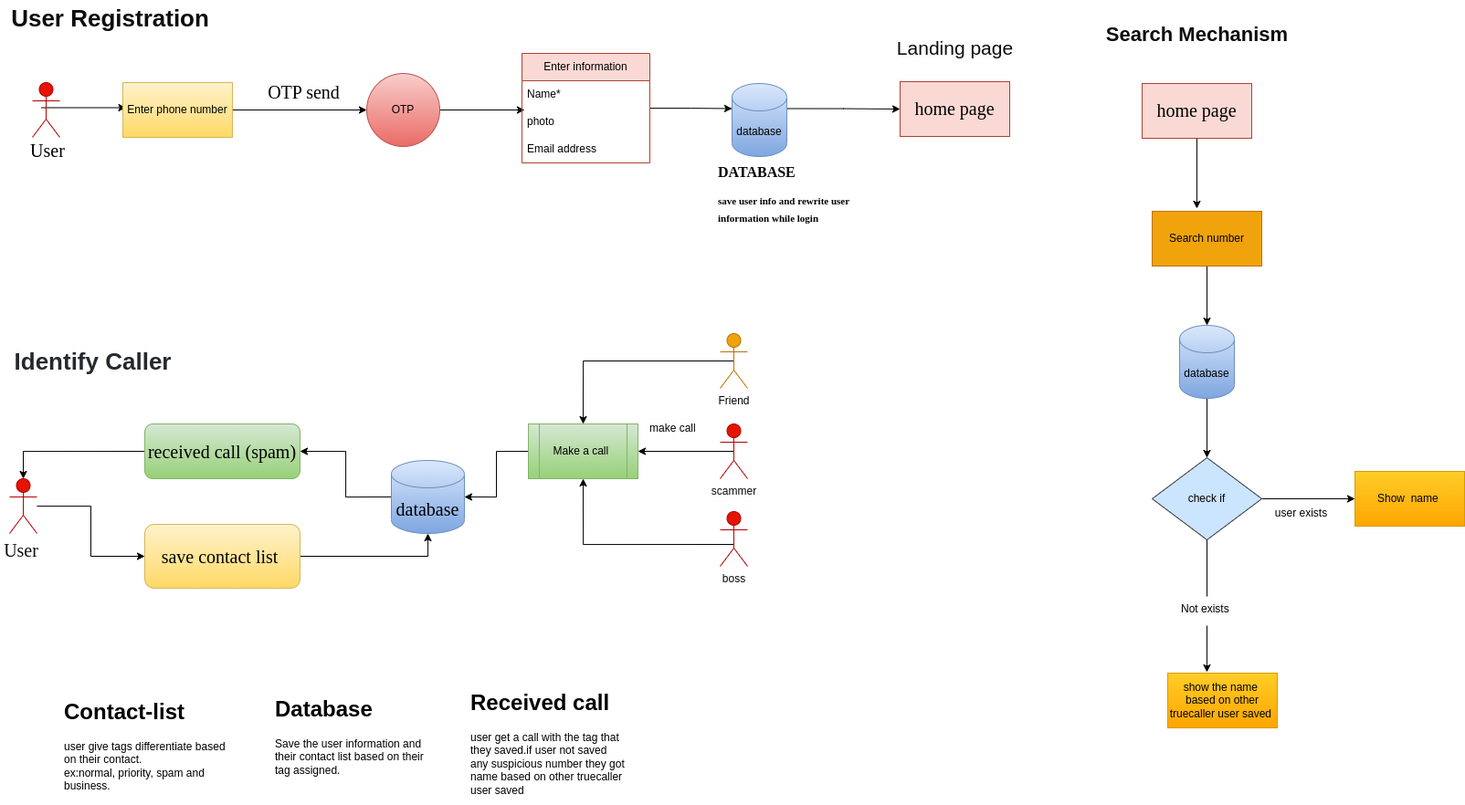
Before: LLD/LLD-FLOW.png, a diagram exported from draw.io (Bhaveshkadam/Truecaller). Source tidied: cells renumbered, new cells last; positions are measured from the earlier drawing's top-left corner, leaving out a move shared by most shapes.
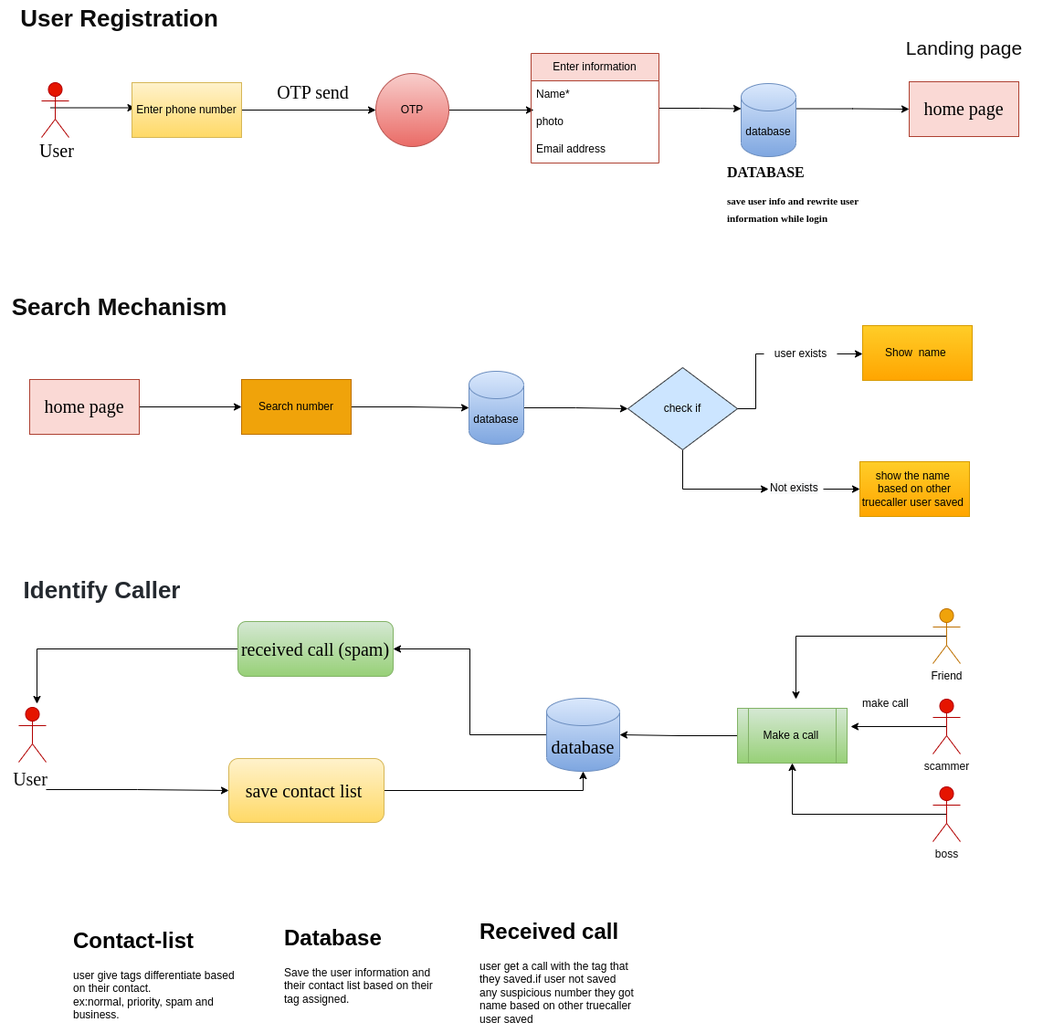
After the commit.

Change to the diagram source:
```diff
@@ -46,3 +46,3 @@
     </mxCell>
-    <mxCell id="15" style="edgeStyle=orthogonalEdgeStyle;hachureGap=4;jettySize=auto;html=1;exitX=0.5;exitY=1;exitDx=0;exitDy=0;entryX=0.5;entryY=0;entryDx=0;entryDy=0;entryPerimeter=0;fontFamily=Architects Daughter;fontSource=https%3A%2F%2Ffonts.googleapis.com%2Fcss%3Ffamily%3DArchitects%2BDaughter;fontSize=16;fontColor=#030303;rounded=0;" parent="1" edge="1" source="16" target="29">
+    <mxCell id="15" style="edgeStyle=orthogonalEdgeStyle;rounded=0;jettySize=auto;html=1;exitX=1;exitY=0.5;exitDx=0;exitDy=0;entryX=0;entryY=0.5;entryDx=0;entryDy=0;entryPerimeter=0;" parent="1" edge="1" source="16" target="29">
       <mxGeometry relative="1" as="geometry" />
@@ -50,30 +50,25 @@
     <mxCell id="16" value="Search number" style="rounded=0;whiteSpace=wrap;html=1;fillColor=#f0a30a;fontColor=#000000;strokeColor=#BD7000;" parent="1" vertex="1">
-      <mxGeometry x="1261" y="231" width="120" height="60" as="geometry" />
+      <mxGeometry x="254" y="415" width="120" height="60" as="geometry" />
     </mxCell>
-    <mxCell id="17" style="edgeStyle=orthogonalEdgeStyle;rounded=0;jettySize=auto;html=1;exitX=1;exitY=0.5;exitDx=0;exitDy=0;entryX=0;entryY=0.5;entryDx=0;entryDy=0;" parent="1" edge="1" source="19" target="20">
+    <mxCell id="17" style="edgeStyle=orthogonalEdgeStyle;rounded=0;jettySize=auto;html=1;exitX=1;exitY=0.5;exitDx=0;exitDy=0;entryX=0;entryY=0.5;entryDx=0;entryDy=0;startArrow=none;" parent="1" edge="1" source="21" target="20">
       <mxGeometry relative="1" as="geometry" />
     </mxCell>
-    <mxCell id="18" style="edgeStyle=orthogonalEdgeStyle;rounded=0;jettySize=auto;html=1;exitX=0.5;exitY=1;exitDx=0;exitDy=0;startArrow=none;entryX=0.358;entryY=-0.017;entryDx=0;entryDy=0;entryPerimeter=0;" parent="1" edge="1" target="22">
-      <mxGeometry relative="1" as="geometry">
-        <mxPoint x="1321" y="685" as="sourcePoint" />
-      </mxGeometry>
-    </mxCell>
+    <mxCell id="24" style="edgeStyle=orthogonalEdgeStyle;rounded=0;jettySize=auto;html=1;exitX=0.5;exitY=1;exitDx=0;exitDy=0;entryX=0;entryY=0.5;entryDx=0;entryDy=0;" parent="1" edge="1" source="19" target="23">
+      <mxGeometry relative="1" as="geometry" />
+    </mxCell>
     <mxCell id="19" value="check if" style="rhombus;whiteSpace=wrap;html=1;fillColor=#cce5ff;strokeColor=#36393d;rounded=0;" parent="1" vertex="1">
-      <mxGeometry x="1261" y="501" width="120" height="90" as="geometry" />
+      <mxGeometry x="677" y="402" width="120" height="90" as="geometry" />
     </mxCell>
     <mxCell id="20" value="Show&amp;nbsp; name&amp;nbsp;" style="rounded=0;whiteSpace=wrap;html=1;fillColor=#ffcd28;gradientColor=#ffa500;strokeColor=#d79b00;" parent="1" vertex="1">
-      <mxGeometry x="1483" y="516" width="120" height="60" as="geometry" />
+      <mxGeometry x="934" y="356" width="120" height="60" as="geometry" />
     </mxCell>
-    <mxCell id="21" value="user exists" style="text;html=1;align=center;verticalAlign=middle;points=[];strokeColor=none;fillColor=none;rounded=0;" parent="1" vertex="1">
-      <mxGeometry x="1384" y="547" width="80" height="30" as="geometry" />
-    </mxCell>
     <mxCell id="22" value="show the name&amp;nbsp; based on other truecaller user saved&amp;nbsp;" style="rounded=0;whiteSpace=wrap;html=1;fillColor=#ffcd28;gradientColor=#ffa500;strokeColor=#d79b00;" parent="1" vertex="1">
-      <mxGeometry x="1278" y="737" width="120" height="60" as="geometry" />
+      <mxGeometry x="931" y="505" width="120" height="60" as="geometry" />
     </mxCell>
+    <mxCell id="58" style="edgeStyle=orthogonalEdgeStyle;rounded=0;jettySize=auto;html=1;exitX=1;exitY=0.5;exitDx=0;exitDy=0;entryX=0;entryY=0.5;entryDx=0;entryDy=0;" parent="1" edge="1" source="23" target="22">
+      <mxGeometry relative="1" as="geometry" />
+    </mxCell>
     <mxCell id="23" value="&lt;span style=&quot;color: rgb(0, 0, 0); font-family: Helvetica; font-size: 12px; font-style: normal; font-variant-ligatures: normal; font-variant-caps: normal; font-weight: 400; letter-spacing: normal; orphans: 2; text-align: center; text-indent: 0px; text-transform: none; widows: 2; word-spacing: 0px; -webkit-text-stroke-width: 0px; background-color: rgb(248, 249, 250); text-decoration-thickness: initial; text-decoration-style: initial; text-decoration-color: initial; float: none; display: inline !important;&quot;&gt;Not exists&lt;/span&gt;" style="text;whiteSpace=wrap;html=1;rounded=0;" parent="1" vertex="1">
-      <mxGeometry x="1291" y="653" width="60" height="30" as="geometry" />
+      <mxGeometry x="831" y="520" width="60" height="30" as="geometry" />
     </mxCell>
-    <mxCell id="24" style="edgeStyle=orthogonalEdgeStyle;rounded=0;jettySize=auto;html=1;exitX=0.5;exitY=1;exitDx=0;exitDy=0;endArrow=none;" parent="1" edge="1" source="19" target="23">
-      <mxGeometry relative="1" as="geometry" />
-    </mxCell>
     <mxCell id="25" value="&lt;font face=&quot;Times New Roman&quot;&gt;User&lt;/font&gt;" style="text;html=1;strokeColor=none;fillColor=none;align=center;verticalAlign=middle;whiteSpace=wrap;rounded=0;hachureGap=4;fontFamily=Architects Daughter;fontSource=https%3A%2F%2Ffonts.googleapis.com%2Fcss%3Ffamily%3DArchitects%2BDaughter;fontSize=20;" parent="1" vertex="1">
@@ -81,3 +76,3 @@
     </mxCell>
-    <mxCell id="26" style="edgeStyle=orthogonalEdgeStyle;hachureGap=4;jettySize=auto;html=1;exitX=0.5;exitY=1;exitDx=0;exitDy=0;entryX=0.408;entryY=-0.05;entryDx=0;entryDy=0;entryPerimeter=0;fontFamily=Architects Daughter;fontSource=https%3A%2F%2Ffonts.googleapis.com%2Fcss%3Ffamily%3DArchitects%2BDaughter;fontSize=16;fontColor=#030303;rounded=0;" parent="1" edge="1" source="27" target="16">
+    <mxCell id="26" style="edgeStyle=orthogonalEdgeStyle;rounded=0;jettySize=auto;html=1;exitX=1;exitY=0.5;exitDx=0;exitDy=0;" parent="1" edge="1" source="27" target="16">
       <mxGeometry relative="1" as="geometry" />
@@ -85,5 +80,5 @@
     <mxCell id="27" value="&lt;font face=&quot;Times New Roman&quot;&gt;home page&lt;/font&gt;" style="rounded=0;whiteSpace=wrap;html=1;hachureGap=4;fontFamily=Architects Daughter;fontSource=https%3A%2F%2Ffonts.googleapis.com%2Fcss%3Ffamily%3DArchitects%2BDaughter;fontSize=20;fillColor=#fad9d5;strokeColor=#ae4132;" parent="1" vertex="1">
-      <mxGeometry x="1250" y="91" width="120" height="60" as="geometry" />
+      <mxGeometry x="22" y="415" width="120" height="60" as="geometry" />
     </mxCell>
-    <mxCell id="28" style="edgeStyle=orthogonalEdgeStyle;hachureGap=4;jettySize=auto;html=1;exitX=0.5;exitY=1;exitDx=0;exitDy=0;exitPerimeter=0;fontFamily=Architects Daughter;fontSource=https%3A%2F%2Ffonts.googleapis.com%2Fcss%3Ffamily%3DArchitects%2BDaughter;fontSize=16;fontColor=#030303;rounded=0;" parent="1" edge="1" source="29" target="19">
+    <mxCell id="28" style="edgeStyle=orthogonalEdgeStyle;rounded=0;jettySize=auto;html=1;exitX=1;exitY=0.5;exitDx=0;exitDy=0;exitPerimeter=0;entryX=0;entryY=0.5;entryDx=0;entryDy=0;" parent="1" edge="1" source="29" target="19">
       <mxGeometry relative="1" as="geometry" />
@@ -91,3 +86,3 @@
     <mxCell id="29" value="database" style="shape=cylinder3;whiteSpace=wrap;html=1;boundedLbl=1;backgroundOutline=1;size=15;rounded=0;fillColor=#dae8fc;gradientColor=#7ea6e0;strokeColor=#6c8ebf;" parent="1" vertex="1">
-      <mxGeometry x="1291" y="356" width="60" height="80" as="geometry" />
+      <mxGeometry x="503" y="406" width="60" height="80" as="geometry" />
     </mxCell>
@@ -99,7 +94,9 @@
     </mxCell>
-    <mxCell id="32" style="edgeStyle=orthogonalEdgeStyle;rounded=0;jettySize=auto;html=1;entryX=0;entryY=0.5;entryDx=0;entryDy=0;" parent="1" edge="1" source="33" target="38">
-      <mxGeometry relative="1" as="geometry" />
+    <mxCell id="32" style="edgeStyle=orthogonalEdgeStyle;rounded=0;jettySize=auto;html=1;entryX=0;entryY=0.5;entryDx=0;entryDy=0;" parent="1" edge="1" target="38">
+      <mxGeometry relative="1" as="geometry">
+        <mxPoint x="40" y="864" as="sourcePoint" />
+      </mxGeometry>
     </mxCell>
     <mxCell id="33" value="&lt;font color=&quot;#0d0d0d&quot;&gt;User&amp;nbsp;&lt;/font&gt;" style="shape=umlActor;verticalLabelPosition=bottom;verticalAlign=top;html=1;outlineConnect=0;rounded=0;glass=0;hachureGap=4;fontFamily=Times New Roman;fontSize=20;fontColor=#ffffff;fillColor=#e51400;strokeColor=#B20000;" parent="1" vertex="1">
-      <mxGeometry x="10" y="524" width="30" height="60" as="geometry" />
+      <mxGeometry x="10" y="774" width="30" height="60" as="geometry" />
     </mxCell>
@@ -107,10 +104,12 @@
       <mxGeometry relative="1" as="geometry">
-        <mxPoint x="68" y="534" as="targetPoint" />
+        <mxPoint x="68" y="844" as="targetPoint" />
       </mxGeometry>
     </mxCell>
-    <mxCell id="35" style="edgeStyle=orthogonalEdgeStyle;rounded=0;jettySize=auto;html=1;exitX=0;exitY=0.5;exitDx=0;exitDy=0;entryX=0.5;entryY=0;entryDx=0;entryDy=0;entryPerimeter=0;" parent="1" edge="1" source="36" target="33">
-      <mxGeometry relative="1" as="geometry" />
-    </mxCell>
+    <mxCell id="59" style="edgeStyle=orthogonalEdgeStyle;rounded=0;jettySize=auto;html=1;exitX=0;exitY=0.5;exitDx=0;exitDy=0;" parent="1" edge="1" source="36">
+      <mxGeometry relative="1" as="geometry">
+        <mxPoint x="30" y="770" as="targetPoint" />
+      </mxGeometry>
+    </mxCell>
     <mxCell id="36" value="received call (spam)" style="rounded=1;whiteSpace=wrap;html=1;glass=0;hachureGap=4;fontFamily=Times New Roman;fontSize=20;fillColor=#d5e8d4;gradientColor=#97d077;strokeColor=#82b366;" parent="1" vertex="1">
-      <mxGeometry x="158" y="464" width="170" height="60" as="geometry" />
+      <mxGeometry x="250" y="680" width="170" height="60" as="geometry" />
     </mxCell>
@@ -120,3 +119,3 @@
     <mxCell id="38" value="save contact list&amp;nbsp;" style="rounded=1;whiteSpace=wrap;html=1;glass=0;hachureGap=4;fontFamily=Times New Roman;fontSize=20;fillColor=#fff2cc;gradientColor=#ffd966;strokeColor=#d6b656;" parent="1" vertex="1">
-      <mxGeometry x="158" y="574" width="170" height="70" as="geometry" />
+      <mxGeometry x="240" y="830" width="170" height="70" as="geometry" />
     </mxCell>
@@ -126,26 +125,25 @@
     <mxCell id="40" value="database" style="shape=cylinder3;whiteSpace=wrap;html=1;boundedLbl=1;backgroundOutline=1;size=15;rounded=0;glass=0;hachureGap=4;fontFamily=Times New Roman;fontSize=20;fillColor=#dae8fc;gradientColor=#7ea6e0;strokeColor=#6c8ebf;" parent="1" vertex="1">
-      <mxGeometry x="428" y="504" width="80" height="80" as="geometry" />
+      <mxGeometry x="588" y="764" width="80" height="80" as="geometry" />
     </mxCell>
-    <mxCell id="41" style="edgeStyle=orthogonalEdgeStyle;rounded=0;jettySize=auto;html=1;exitX=0.5;exitY=0.5;exitDx=0;exitDy=0;exitPerimeter=0;entryX=1;entryY=0.5;entryDx=0;entryDy=0;" parent="1" edge="1" source="42" target="49">
-      <mxGeometry relative="1" as="geometry" />
+    <mxCell id="41" style="edgeStyle=orthogonalEdgeStyle;rounded=0;jettySize=auto;html=1;exitX=0.5;exitY=0.5;exitDx=0;exitDy=0;exitPerimeter=0;entryX=1;entryY=0.5;entryDx=0;entryDy=0;" parent="1" edge="1" source="42">
+      <mxGeometry relative="1" as="geometry">
+        <mxPoint x="921" y="795" as="targetPoint" />
+      </mxGeometry>
     </mxCell>
     <mxCell id="42" value="&lt;font color=&quot;#080808&quot;&gt;scammer&lt;/font&gt;" style="shape=umlActor;verticalLabelPosition=bottom;verticalAlign=top;html=1;outlineConnect=0;fillColor=#e51400;fontColor=#ffffff;strokeColor=#B20000;" parent="1" vertex="1">
-      <mxGeometry x="788" y="464" width="30" height="60" as="geometry" />
+      <mxGeometry x="1011" y="765" width="30" height="60" as="geometry" />
     </mxCell>
-    <mxCell id="43" style="edgeStyle=orthogonalEdgeStyle;rounded=0;jettySize=auto;html=1;exitX=0.5;exitY=0.5;exitDx=0;exitDy=0;exitPerimeter=0;entryX=0.5;entryY=1;entryDx=0;entryDy=0;" parent="1" edge="1" target="49">
-      <mxGeometry relative="1" as="geometry">
-        <mxPoint x="803" y="596" as="sourcePoint" />
-      </mxGeometry>
-    </mxCell>
-    <mxCell id="44" style="edgeStyle=orthogonalEdgeStyle;rounded=0;jettySize=auto;html=1;exitX=0.5;exitY=0.5;exitDx=0;exitDy=0;exitPerimeter=0;entryX=0.5;entryY=0;entryDx=0;entryDy=0;" parent="1" edge="1" source="45" target="49">
-      <mxGeometry relative="1" as="geometry" />
+    <mxCell id="44" style="edgeStyle=orthogonalEdgeStyle;rounded=0;jettySize=auto;html=1;exitX=0.5;exitY=0.5;exitDx=0;exitDy=0;exitPerimeter=0;entryX=0.5;entryY=0;entryDx=0;entryDy=0;" parent="1" edge="1" source="45">
+      <mxGeometry relative="1" as="geometry">
+        <mxPoint x="861" y="765" as="targetPoint" />
+      </mxGeometry>
     </mxCell>
     <mxCell id="45" value="Friend" style="shape=umlActor;verticalLabelPosition=bottom;verticalAlign=top;html=1;outlineConnect=0;fillColor=#f0a30a;fontColor=#000000;strokeColor=#BD7000;" parent="1" vertex="1">
-      <mxGeometry x="788" y="365" width="30" height="60" as="geometry" />
+      <mxGeometry x="1011" y="666" width="30" height="60" as="geometry" />
     </mxCell>
     <mxCell id="46" value="&lt;h1&gt;Contact-list&lt;/h1&gt;&lt;div&gt;user give tags differentiate based on their contact.&lt;/div&gt;&lt;div&gt;ex:normal, priority, spam and business.&lt;/div&gt;" style="text;html=1;strokeColor=none;fillColor=none;spacing=5;spacingTop=-20;whiteSpace=wrap;overflow=hidden;rounded=0;" parent="1" vertex="1">
-      <mxGeometry x="65" y="760" width="190" height="120" as="geometry" />
+      <mxGeometry x="65" y="1010" width="190" height="120" as="geometry" />
     </mxCell>
     <mxCell id="47" value="&lt;h1&gt;Database&lt;/h1&gt;&lt;p&gt;Save the user information and their contact list based on their tag assigned.&lt;/p&gt;" style="text;html=1;strokeColor=none;fillColor=none;spacing=5;spacingTop=-20;whiteSpace=wrap;overflow=hidden;rounded=0;" parent="1" vertex="1">
-      <mxGeometry x="296" y="757" width="190" height="120" as="geometry" />
+      <mxGeometry x="296" y="1007" width="190" height="120" as="geometry" />
     </mxCell>
@@ -155,12 +153,15 @@
     <mxCell id="49" value="Make a call&amp;nbsp;" style="shape=process;whiteSpace=wrap;html=1;backgroundOutline=1;fillColor=#d5e8d4;gradientColor=#97d077;strokeColor=#82b366;" parent="1" vertex="1">
-      <mxGeometry x="578" y="464" width="120" height="60" as="geometry" />
+      <mxGeometry x="797" y="775" width="120" height="60" as="geometry" />
     </mxCell>
     <mxCell id="50" value="&lt;h1&gt;Received call&lt;/h1&gt;&lt;div&gt;user get a call with the tag that they saved.if user not saved any&amp;nbsp;suspicious number they got name&amp;nbsp;based on other truecaller user saved&amp;nbsp;&lt;/div&gt;" style="text;html=1;strokeColor=none;fillColor=none;spacing=5;spacingTop=-20;whiteSpace=wrap;overflow=hidden;rounded=0;" parent="1" vertex="1">
-      <mxGeometry x="510" y="750" width="190" height="120" as="geometry" />
+      <mxGeometry x="510" y="1000" width="190" height="120" as="geometry" />
     </mxCell>
     <mxCell id="51" value="make call&amp;nbsp;" style="text;html=1;strokeColor=none;fillColor=none;align=center;verticalAlign=middle;whiteSpace=wrap;rounded=0;" parent="1" vertex="1">
-      <mxGeometry x="708" y="454" width="60" height="30" as="geometry" />
+      <mxGeometry x="931" y="755" width="60" height="30" as="geometry" />
     </mxCell>
+    <mxCell id="60" style="edgeStyle=orthogonalEdgeStyle;rounded=0;jettySize=auto;html=1;exitX=0.5;exitY=0.5;exitDx=0;exitDy=0;exitPerimeter=0;entryX=0.5;entryY=1;entryDx=0;entryDy=0;" parent="1" edge="1" source="52" target="49">
+      <mxGeometry relative="1" as="geometry" />
+    </mxCell>
     <mxCell id="52" value="&lt;font color=&quot;#080808&quot;&gt;boss&lt;/font&gt;" style="shape=umlActor;verticalLabelPosition=bottom;verticalAlign=top;html=1;outlineConnect=0;fillColor=#e51400;fontColor=#ffffff;strokeColor=#B20000;" parent="1" vertex="1">
-      <mxGeometry x="788" y="560" width="30" height="60" as="geometry" />
+      <mxGeometry x="1011" y="861" width="30" height="60" as="geometry" />
     </mxCell>
@@ -175,8 +176,14 @@
     </mxCell>
-    <mxCell id="56" value="&lt;b&gt;Search Mechanism&lt;/b&gt;" style="text;html=1;align=center;verticalAlign=middle;strokeColor=none;fillColor=none;fontSize=22;fontColor=#0d0d0d;" parent="1" vertex="1">
-      <mxGeometry x="1200" y="18" width="220" height="40" as="geometry" />
+    <mxCell id="56" value="&lt;b&gt;&lt;font style=&quot;font-size: 26px;&quot;&gt;Search Mechanism&lt;/font&gt;&lt;/b&gt;" style="text;html=1;align=center;verticalAlign=middle;strokeColor=none;fillColor=none;fontSize=22;fontColor=#0d0d0d;" parent="1" vertex="1">
+      <mxGeometry x="-10" y="316" width="260" height="40" as="geometry" />
     </mxCell>
     <mxCell id="57" value="&lt;span style=&quot;color: rgb(36, 41, 47); font-family: -apple-system, BlinkMacSystemFont, &amp;quot;Segoe UI&amp;quot;, &amp;quot;Noto Sans&amp;quot;, Helvetica, Arial, sans-serif, &amp;quot;Apple Color Emoji&amp;quot;, &amp;quot;Segoe UI Emoji&amp;quot;; text-align: left; background-color: rgb(255, 255, 255);&quot;&gt;&lt;font style=&quot;font-size: 26px;&quot;&gt;&lt;b&gt;Identify Caller&lt;/b&gt;&lt;/font&gt;&lt;/span&gt;" style="text;html=1;align=center;verticalAlign=middle;strokeColor=none;fillColor=none;fontSize=21;fontColor=#0d0d0d;" parent="1" vertex="1">
-      <mxGeometry x="1" y="376" width="200" height="40" as="geometry" />
+      <mxGeometry x="1" y="626" width="200" height="40" as="geometry" />
     </mxCell>
+    <mxCell id="21" value="user exists" style="text;html=1;align=center;verticalAlign=middle;points=[];strokeColor=none;fillColor=none;rounded=0;" parent="1" vertex="1">
+      <mxGeometry x="826" y="372" width="80" height="30" as="geometry" />
+    </mxCell>
+    <mxCell id="61" style="edgeStyle=orthogonalEdgeStyle;rounded=0;jettySize=auto;html=1;exitX=1;exitY=0.5;exitDx=0;exitDy=0;entryX=0;entryY=0.5;entryDx=0;entryDy=0;endArrow=none;" parent="1" edge="1" source="19" target="21">
+      <mxGeometry relative="1" as="geometry" />
+    </mxCell>
   </root>
```
